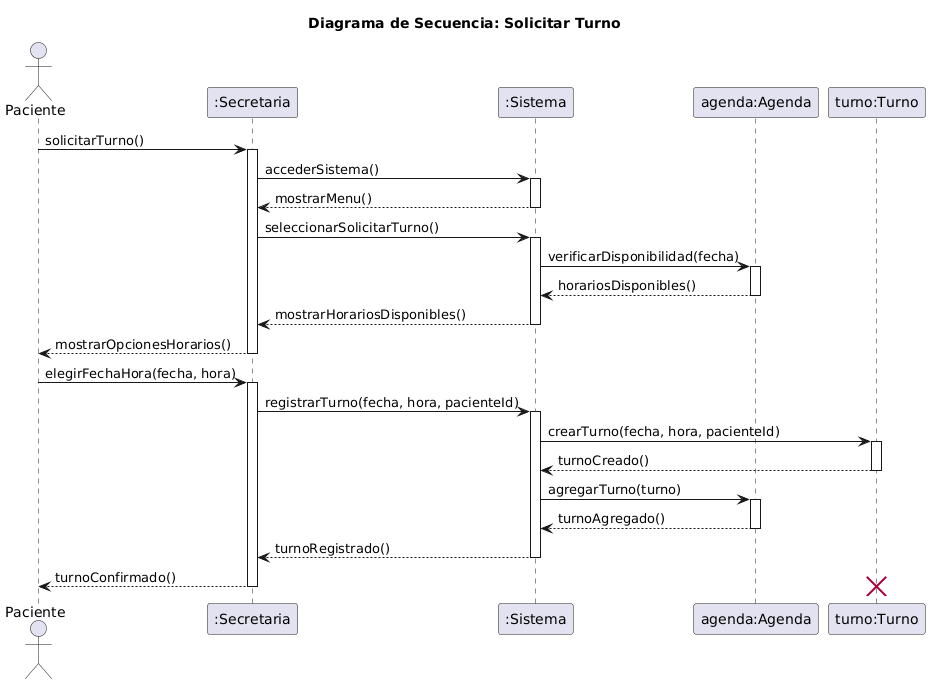
This is diagramas/05-diagramas-secuencia/05-secuencia-solicitar-turno-solicitar-turno-01.png from FacundoGuiraldes/SistemaTurnosMedicos, a PlantUML export, as it was before one commit.
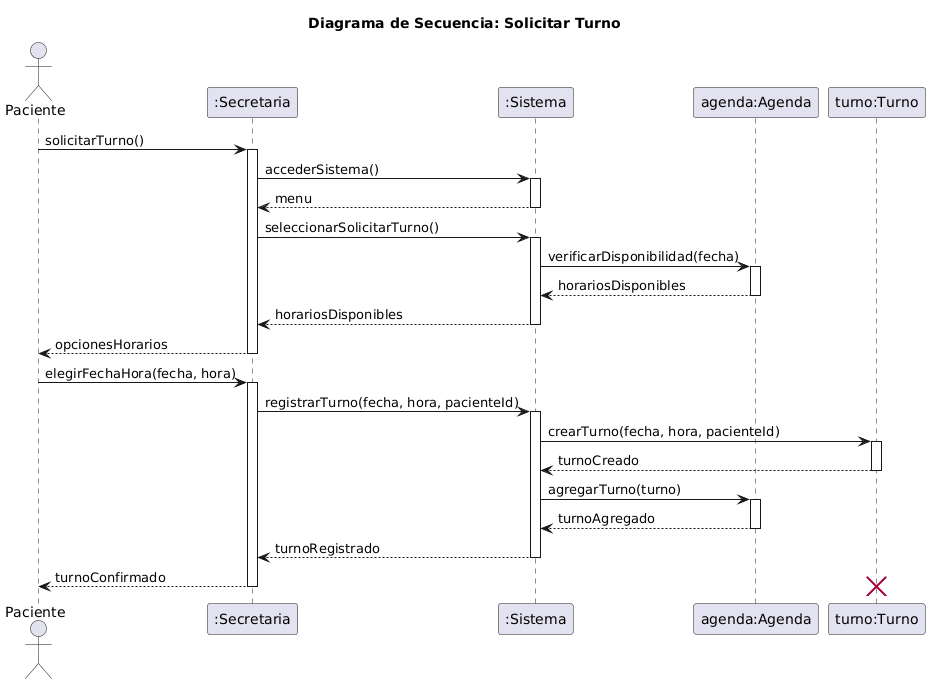
The same file after the commit.

Commit message:
Fix RCs: Corrige formato de los mensajes de retorno en los diagramas de secuencia restantes

The edit, as a diff of the source:
```diff
@@ -11,17 +11,17 @@
 activate secretaria
 secretaria -> sistema: accederSistema()
 activate sistema
-sistema --> secretaria: mostrarMenu()
+sistema --> secretaria: menu
 deactivate sistema
 secretaria -> sistema: seleccionarSolicitarTurno()
 activate sistema
 sistema -> agenda: verificarDisponibilidad(fecha)
 activate agenda
-agenda --> sistema: horariosDisponibles()
+agenda --> sistema: horariosDisponibles
 deactivate agenda
-sistema --> secretaria: mostrarHorariosDisponibles()
+sistema --> secretaria: horariosDisponibles
 deactivate sistema
-secretaria --> Paciente: mostrarOpcionesHorarios()
+secretaria --> Paciente: opcionesHorarios
 deactivate secretaria
 
 Paciente -> secretaria: elegirFechaHora(fecha, hora)
@@ -30,15 +30,15 @@
 activate sistema
 sistema -> turno: crearTurno(fecha, hora, pacienteId)
 activate turno
-turno --> sistema: turnoCreado()
+turno --> sistema: turnoCreado
 deactivate turno
 sistema -> agenda: agregarTurno(turno)
 activate agenda
-agenda --> sistema: turnoAgregado()
+agenda --> sistema: turnoAgregado
 deactivate agenda
-sistema --> secretaria: turnoRegistrado()
+sistema --> secretaria: turnoRegistrado
 deactivate sistema
-secretaria --> Paciente: turnoConfirmado()
+secretaria --> Paciente: turnoConfirmado
 deactivate secretaria
 
 destroy turno
```
